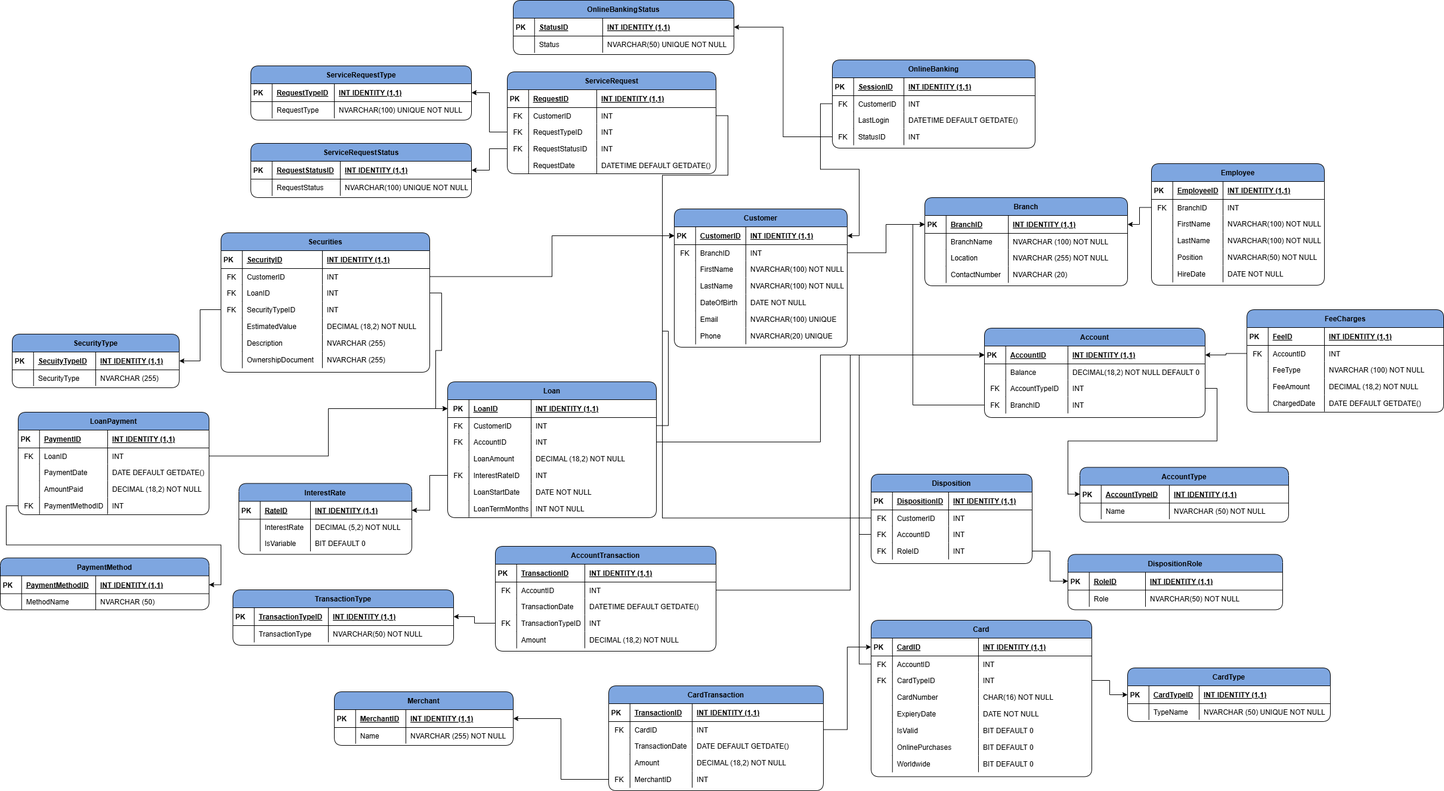
The draw.io diagram LogicalERD.png in Battl3Junk1e/Bank-Database-Case, before a commit. Source tidied: cells renumbered, new cells last; positions are measured from the earlier drawing's top-left corner, leaving out a move shared by most shapes.
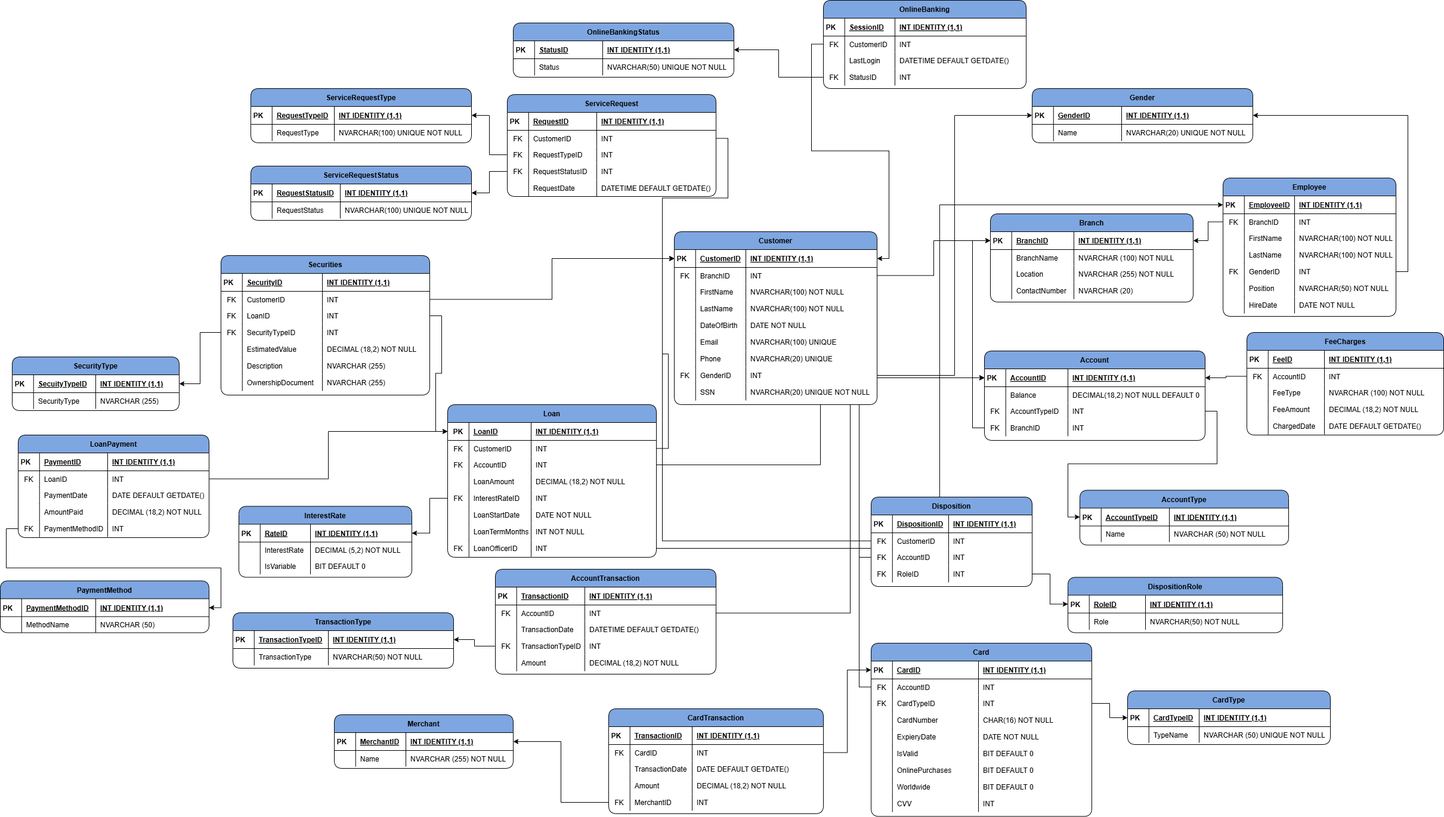
After the change.

The edit, as a diff of the source:
```diff
@@ -4,2 +4,17 @@
     <mxCell id="1" parent="0" />
+    <mxCell id="450" style="edgeStyle=orthogonalEdgeStyle;rounded=0;jettySize=auto;html=1;exitX=1;exitY=0.5;exitDx=0;exitDy=0;" parent="1" edge="1" source="460" target="5">
+      <mxGeometry relative="1" as="geometry" />
+    </mxCell>
+    <mxCell id="451" style="edgeStyle=orthogonalEdgeStyle;rounded=0;jettySize=auto;html=1;exitX=1;exitY=0.5;exitDx=0;exitDy=0;" parent="1" edge="1" source="464" target="473">
+      <mxGeometry relative="1" as="geometry" />
+    </mxCell>
+    <mxCell id="383" style="edgeStyle=orthogonalEdgeStyle;rounded=0;jettySize=auto;html=1;exitX=0;exitY=0.5;exitDx=0;exitDy=0;" parent="1" edge="1" source="64" target="73">
+      <mxGeometry relative="1" as="geometry" />
+    </mxCell>
+    <mxCell id="384" style="edgeStyle=orthogonalEdgeStyle;rounded=0;jettySize=auto;html=1;exitX=0;exitY=0.5;exitDx=0;exitDy=0;" parent="1" edge="1" source="124" target="73">
+      <mxGeometry relative="1" as="geometry" />
+    </mxCell>
+    <mxCell id="399" style="edgeStyle=orthogonalEdgeStyle;rounded=0;jettySize=auto;html=1;exitX=1;exitY=0.5;exitDx=0;exitDy=0;" parent="1" edge="1" source="207" target="73">
+      <mxGeometry relative="1" as="geometry" />
+    </mxCell>
     <mxCell id="2" style="edgeStyle=orthogonalEdgeStyle;rounded=0;jettySize=auto;html=1;exitX=1;exitY=0.5;exitDx=0;exitDy=0;" parent="1" edge="1" source="182" target="73">
@@ -11,3 +26,3 @@
     <mxCell id="4" value="Employee" style="shape=table;startSize=30;rowLines=0;fontStyle=1;align=center;swimlaneFillColor=default;rounded=1;fillColor=light-dark(#7EA6E0,var(--ge-dark-color, #121212));" parent="1" vertex="1">
-      <mxGeometry x="1930" y="274" width="290" height="204" as="geometry" />
+      <mxGeometry x="2050" y="260" width="290" height="232" as="geometry" />
     </mxCell>
@@ -61,4 +76,16 @@
     </mxCell>
+    <mxCell id="452" style="shape=partialRectangle;fillColor=none;points=[[0,0.5],[1,0.5]];portConstraint=eastwest;top=0;left=0;right=0;bottom=0;rounded=1;" parent="4" vertex="1">
+      <mxGeometry y="143" width="290" height="28" as="geometry" />
+    </mxCell>
+    <mxCell id="453" value="FK" style="shape=partialRectangle;overflow=hidden;fillColor=none;top=0;left=0;bottom=0;right=0;rounded=1;" parent="452" vertex="1">
+      <mxGeometry width="35.8" height="28" as="geometry" />
+    </mxCell>
+    <mxCell id="454" value="GenderID" style="shape=partialRectangle;overflow=hidden;fillColor=none;top=0;left=0;bottom=0;right=0;align=left;spacingLeft=6;rounded=1;" parent="452" vertex="1">
+      <mxGeometry x="35.8" width="84.2" height="28" as="geometry" />
+    </mxCell>
+    <mxCell id="455" value="INT" style="shape=partialRectangle;overflow=hidden;fillColor=none;top=0;left=0;bottom=0;right=0;align=left;spacingLeft=6;rounded=1;" parent="452" vertex="1">
+      <mxGeometry x="120" width="170" height="28" as="geometry" />
+    </mxCell>
     <mxCell id="21" style="shape=partialRectangle;fillColor=none;top=0;left=0;right=0;bottom=0;rounded=1;" parent="4" vertex="1">
-      <mxGeometry y="143" width="290" height="28" as="geometry" />
+      <mxGeometry y="171" width="290" height="28" as="geometry" />
     </mxCell>
@@ -74,3 +101,3 @@
     <mxCell id="25" style="shape=partialRectangle;fillColor=none;top=0;left=0;right=0;bottom=0;rounded=1;" parent="4" vertex="1">
-      <mxGeometry y="171" width="290" height="28" as="geometry" />
+      <mxGeometry y="199" width="290" height="28" as="geometry" />
     </mxCell>
@@ -86,3 +113,3 @@
     <mxCell id="29" value="Branch" style="shape=table;startSize=30;rowLines=0;fontStyle=1;align=center;swimlaneFillColor=default;rounded=1;fillColor=light-dark(#7EA6E0,var(--ge-dark-color, #121212));" parent="1" vertex="1">
-      <mxGeometry x="1550" y="331" width="340" height="148" as="geometry" />
+      <mxGeometry x="1660" y="320" width="340" height="148" as="geometry" />
     </mxCell>
@@ -356,3 +383,3 @@
     <mxCell id="119" value="Card" style="shape=table;startSize=30;rowLines=0;fontStyle=1;align=center;swimlaneFillColor=default;rounded=1;fillColor=light-dark(#7EA6E0,var(--ge-dark-color, #121212));" parent="1" vertex="1">
-      <mxGeometry x="1460" y="1040" width="370" height="262.5" as="geometry" />
+      <mxGeometry x="1460" y="1040" width="370" height="290.5" as="geometry" />
     </mxCell>
@@ -454,2 +481,14 @@
     </mxCell>
+    <mxCell id="456" style="shape=partialRectangle;fillColor=none;top=0;left=0;right=0;bottom=0;rounded=1;" parent="119" vertex="1">
+      <mxGeometry y="255" width="370" height="28" as="geometry" />
+    </mxCell>
+    <mxCell id="457" style="shape=partialRectangle;overflow=hidden;fillColor=none;top=0;left=0;bottom=0;right=0;rounded=1;" parent="456" vertex="1">
+      <mxGeometry width="35.8" height="28" as="geometry" />
+    </mxCell>
+    <mxCell id="458" value="CVV" style="shape=partialRectangle;overflow=hidden;fillColor=none;top=0;left=0;bottom=0;right=0;align=left;spacingLeft=6;rounded=1;" parent="456" vertex="1">
+      <mxGeometry x="35.8" width="144.2" height="28" as="geometry" />
+    </mxCell>
+    <mxCell id="459" value="INT" style="shape=partialRectangle;overflow=hidden;fillColor=none;top=0;left=0;bottom=0;right=0;align=left;spacingLeft=6;rounded=1;" parent="456" vertex="1">
+      <mxGeometry x="180" width="190" height="28" as="geometry" />
+    </mxCell>
     <mxCell id="152" value="LoanPayment" style="shape=table;startSize=30;rowLines=0;fontStyle=1;align=center;swimlaneFillColor=default;rounded=1;fillColor=light-dark(#7EA6E0,var(--ge-dark-color, #121212));" parent="1" vertex="1">
@@ -518,3 +557,3 @@
     <mxCell id="173" value="Loan" style="shape=table;startSize=30;rowLines=0;fontStyle=1;align=center;swimlaneFillColor=default;rounded=1;fillColor=light-dark(#7EA6E0,var(--ge-dark-color, #121212));" parent="1" vertex="1">
-      <mxGeometry x="750" y="640" width="350" height="228" as="geometry" />
+      <mxGeometry x="750" y="640" width="350" height="256" as="geometry" />
     </mxCell>
@@ -604,2 +643,14 @@
     </mxCell>
+    <mxCell id="460" style="shape=partialRectangle;fillColor=none;points=[[0,0.5],[1,0.5]];portConstraint=eastwest;top=0;left=0;right=0;bottom=0;rounded=1;" parent="173" vertex="1">
+      <mxGeometry y="227" width="350" height="28" as="geometry" />
+    </mxCell>
+    <mxCell id="461" value="FK" style="shape=partialRectangle;overflow=hidden;fillColor=none;top=0;left=0;bottom=0;right=0;rounded=1;" parent="460" vertex="1">
+      <mxGeometry width="35.8" height="28" as="geometry" />
+    </mxCell>
+    <mxCell id="462" value="LoanOfficerID" style="shape=partialRectangle;overflow=hidden;fillColor=none;top=0;left=0;bottom=0;right=0;align=left;spacingLeft=6;rounded=1;" parent="460" vertex="1">
+      <mxGeometry x="35.8" width="104.2" height="28" as="geometry" />
+    </mxCell>
+    <mxCell id="463" value="INT" style="shape=partialRectangle;overflow=hidden;fillColor=none;top=0;left=0;bottom=0;right=0;align=left;spacingLeft=6;rounded=1;" parent="460" vertex="1">
+      <mxGeometry x="140" width="210" height="28" as="geometry" />
+    </mxCell>
     <mxCell id="202" value="AccountTransaction" style="shape=table;startSize=30;rowLines=0;fontStyle=1;align=center;swimlaneFillColor=default;rounded=1;fillColor=light-dark(#7EA6E0,var(--ge-dark-color, #121212));" parent="1" vertex="1">
@@ -833,6 +884,6 @@
     <mxCell id="278" value="Customer" style="shape=table;startSize=30;rowLines=0;fontStyle=1;align=center;swimlaneFillColor=default;rounded=1;fillColor=light-dark(#7EA6E0,var(--ge-dark-color, #121212));" parent="1" vertex="1">
-      <mxGeometry x="1130" y="350" width="290" height="232" as="geometry" />
+      <mxGeometry x="1130" y="350" width="340" height="290" as="geometry" />
     </mxCell>
     <mxCell id="279" style="shape=partialRectangle;fillColor=none;points=[[0,0.5],[1,0.5]];portConstraint=eastwest;top=0;left=0;right=0;bottom=1;rounded=1;" parent="278" vertex="1">
-      <mxGeometry y="30" width="290" height="30" as="geometry" />
+      <mxGeometry y="30" width="340" height="30" as="geometry" />
     </mxCell>
@@ -845,6 +896,6 @@
     <mxCell id="282" value="INT IDENTITY (1,1)" style="shape=partialRectangle;overflow=hidden;fillColor=none;top=0;left=0;bottom=0;right=0;align=left;spacingLeft=6;fontStyle=5;rounded=1;" parent="279" vertex="1">
-      <mxGeometry x="120" width="170" height="30" as="geometry" />
+      <mxGeometry x="120" width="220" height="30" as="geometry" />
     </mxCell>
     <mxCell id="283" style="shape=partialRectangle;fillColor=none;points=[[0,0.5],[1,0.5]];portConstraint=eastwest;top=0;left=0;right=0;bottom=0;rounded=1;" parent="278" vertex="1">
-      <mxGeometry y="60" width="290" height="27" as="geometry" />
+      <mxGeometry y="60" width="340" height="27" as="geometry" />
     </mxCell>
@@ -857,6 +908,6 @@
     <mxCell id="286" value="INT" style="shape=partialRectangle;overflow=hidden;fillColor=none;top=0;left=0;bottom=0;right=0;align=left;spacingLeft=6;rounded=1;" parent="283" vertex="1">
-      <mxGeometry x="120" width="170" height="27" as="geometry" />
+      <mxGeometry x="120" width="220" height="27" as="geometry" />
     </mxCell>
     <mxCell id="287" style="shape=partialRectangle;fillColor=none;top=0;left=0;right=0;bottom=0;rounded=1;" parent="278" vertex="1">
-      <mxGeometry y="87" width="290" height="28" as="geometry" />
+      <mxGeometry y="87" width="340" height="28" as="geometry" />
     </mxCell>
@@ -869,6 +920,6 @@
     <mxCell id="290" value="NVARCHAR(100) NOT NULL" style="shape=partialRectangle;overflow=hidden;fillColor=none;top=0;left=0;bottom=0;right=0;align=left;spacingLeft=6;rounded=1;" parent="287" vertex="1">
-      <mxGeometry x="120" width="170" height="28" as="geometry" />
+      <mxGeometry x="120" width="220" height="28" as="geometry" />
     </mxCell>
     <mxCell id="291" style="shape=partialRectangle;fillColor=none;top=0;left=0;right=0;bottom=0;rounded=1;" parent="278" vertex="1">
-      <mxGeometry y="115" width="290" height="28" as="geometry" />
+      <mxGeometry y="115" width="340" height="28" as="geometry" />
     </mxCell>
@@ -881,6 +932,6 @@
     <mxCell id="294" value="NVARCHAR(100) NOT NULL" style="shape=partialRectangle;overflow=hidden;fillColor=none;top=0;left=0;bottom=0;right=0;align=left;spacingLeft=6;rounded=1;" parent="291" vertex="1">
-      <mxGeometry x="120" width="170" height="28" as="geometry" />
+      <mxGeometry x="120" width="220" height="28" as="geometry" />
     </mxCell>
     <mxCell id="295" style="shape=partialRectangle;fillColor=none;top=0;left=0;right=0;bottom=0;rounded=1;" parent="278" vertex="1">
-      <mxGeometry y="143" width="290" height="28" as="geometry" />
+      <mxGeometry y="143" width="340" height="28" as="geometry" />
     </mxCell>
@@ -893,6 +944,6 @@
     <mxCell id="298" value="DATE NOT NULL" style="shape=partialRectangle;overflow=hidden;fillColor=none;top=0;left=0;bottom=0;right=0;align=left;spacingLeft=6;rounded=1;" parent="295" vertex="1">
-      <mxGeometry x="120" width="170" height="28" as="geometry" />
+      <mxGeometry x="120" width="220" height="28" as="geometry" />
     </mxCell>
     <mxCell id="299" style="shape=partialRectangle;fillColor=none;top=0;left=0;right=0;bottom=0;rounded=1;" parent="278" vertex="1">
-      <mxGeometry y="171" width="290" height="28" as="geometry" />
+      <mxGeometry y="171" width="340" height="28" as="geometry" />
     </mxCell>
@@ -905,6 +956,6 @@
     <mxCell id="302" value="NVARCHAR(100) UNIQUE" style="shape=partialRectangle;overflow=hidden;fillColor=none;top=0;left=0;bottom=0;right=0;align=left;spacingLeft=6;rounded=1;" parent="299" vertex="1">
-      <mxGeometry x="120" width="170" height="28" as="geometry" />
+      <mxGeometry x="120" width="220" height="28" as="geometry" />
     </mxCell>
     <mxCell id="303" style="shape=partialRectangle;fillColor=none;top=0;left=0;right=0;bottom=0;rounded=1;" parent="278" vertex="1">
-      <mxGeometry y="199" width="290" height="28" as="geometry" />
+      <mxGeometry y="199" width="340" height="28" as="geometry" />
     </mxCell>
@@ -917,6 +968,30 @@
     <mxCell id="306" value="NVARCHAR(20) UNIQUE" style="shape=partialRectangle;overflow=hidden;fillColor=none;top=0;left=0;bottom=0;right=0;align=left;spacingLeft=6;rounded=1;" parent="303" vertex="1">
-      <mxGeometry x="120" width="170" height="28" as="geometry" />
+      <mxGeometry x="120" width="220" height="28" as="geometry" />
     </mxCell>
+    <mxCell id="464" style="shape=partialRectangle;fillColor=none;points=[[0,0.5],[1,0.5]];portConstraint=eastwest;top=0;left=0;right=0;bottom=0;rounded=1;" parent="278" vertex="1">
+      <mxGeometry y="227" width="340" height="28" as="geometry" />
+    </mxCell>
+    <mxCell id="465" value="FK" style="shape=partialRectangle;overflow=hidden;fillColor=none;top=0;left=0;bottom=0;right=0;rounded=1;" parent="464" vertex="1">
+      <mxGeometry width="35.8" height="28" as="geometry" />
+    </mxCell>
+    <mxCell id="466" value="GenderID" style="shape=partialRectangle;overflow=hidden;fillColor=none;top=0;left=0;bottom=0;right=0;align=left;spacingLeft=6;rounded=1;" parent="464" vertex="1">
+      <mxGeometry x="35.8" width="84.2" height="28" as="geometry" />
+    </mxCell>
+    <mxCell id="467" value="INT" style="shape=partialRectangle;overflow=hidden;fillColor=none;top=0;left=0;bottom=0;right=0;align=left;spacingLeft=6;rounded=1;" parent="464" vertex="1">
+      <mxGeometry x="120" width="220" height="28" as="geometry" />
+    </mxCell>
+    <mxCell id="468" style="shape=partialRectangle;fillColor=none;top=0;left=0;right=0;bottom=0;rounded=1;" parent="278" vertex="1">
+      <mxGeometry y="255" width="340" height="28" as="geometry" />
+    </mxCell>
+    <mxCell id="469" style="shape=partialRectangle;overflow=hidden;fillColor=none;top=0;left=0;bottom=0;right=0;rounded=1;" parent="468" vertex="1">
+      <mxGeometry width="35.8" height="28" as="geometry" />
+    </mxCell>
+    <mxCell id="470" value="SSN" style="shape=partialRectangle;overflow=hidden;fillColor=none;top=0;left=0;bottom=0;right=0;align=left;spacingLeft=6;rounded=1;" parent="468" vertex="1">
+      <mxGeometry x="35.8" width="84.2" height="28" as="geometry" />
+    </mxCell>
+    <mxCell id="471" value="NVARCHAR(20) UNIQUE NOT NULL" style="shape=partialRectangle;overflow=hidden;fillColor=none;top=0;left=0;bottom=0;right=0;align=left;spacingLeft=6;rounded=1;" parent="468" vertex="1">
+      <mxGeometry x="120" width="220" height="28" as="geometry" />
+    </mxCell>
     <mxCell id="307" value="OnlineBanking" style="shape=table;startSize=30;rowLines=0;fontStyle=1;align=center;swimlaneFillColor=default;rounded=1;fillColor=light-dark(#7EA6E0,var(--ge-dark-color, #121212));" parent="1" vertex="1">
-      <mxGeometry x="1395" y="100" width="340" height="148" as="geometry" />
+      <mxGeometry x="1380" y="-38" width="340" height="148" as="geometry" />
     </mxCell>
@@ -1147,8 +1222,2 @@
     </mxCell>
-    <mxCell id="383" style="edgeStyle=orthogonalEdgeStyle;rounded=0;jettySize=auto;html=1;exitX=0;exitY=0.5;exitDx=0;exitDy=0;" parent="1" edge="1" source="64" target="73">
-      <mxGeometry relative="1" as="geometry" />
-    </mxCell>
-    <mxCell id="384" style="edgeStyle=orthogonalEdgeStyle;rounded=0;jettySize=auto;html=1;exitX=0;exitY=0.5;exitDx=0;exitDy=0;" parent="1" edge="1" source="124" target="73">
-      <mxGeometry relative="1" as="geometry" />
-    </mxCell>
     <mxCell id="385" style="edgeStyle=orthogonalEdgeStyle;rounded=0;jettySize=auto;html=1;exitX=1;exitY=0.5;exitDx=0;exitDy=0;" parent="1" edge="1" source="103" target="120">
@@ -1195,5 +1264,2 @@
     </mxCell>
-    <mxCell id="399" style="edgeStyle=orthogonalEdgeStyle;rounded=0;jettySize=auto;html=1;exitX=1;exitY=0.5;exitDx=0;exitDy=0;" parent="1" edge="1" source="207" target="73">
-      <mxGeometry relative="1" as="geometry" />
-    </mxCell>
     <mxCell id="400" style="edgeStyle=orthogonalEdgeStyle;rounded=0;jettySize=auto;html=1;exitX=0;exitY=0.5;exitDx=0;exitDy=0;" parent="1" edge="1" source="215" target="391">
@@ -1348,2 +1414,32 @@
     </mxCell>
+    <mxCell id="472" value="Gender" style="shape=table;startSize=30;rowLines=0;fontStyle=1;align=center;swimlaneFillColor=default;rounded=1;fillColor=light-dark(#7EA6E0,var(--ge-dark-color, #121212));" parent="1" vertex="1">
+      <mxGeometry x="1730" y="110" width="370" height="91" as="geometry" />
+    </mxCell>
+    <mxCell id="473" style="shape=partialRectangle;fillColor=none;points=[[0,0.5],[1,0.5]];portConstraint=eastwest;top=0;left=0;right=0;bottom=1;rounded=1;" parent="472" vertex="1">
+      <mxGeometry y="30" width="370" height="30" as="geometry" />
+    </mxCell>
+    <mxCell id="474" value="PK   " style="shape=partialRectangle;overflow=hidden;fillColor=none;top=0;left=0;bottom=0;right=0;fontStyle=1;rounded=1;" parent="473" vertex="1">
+      <mxGeometry width="35.8" height="30" as="geometry" />
+    </mxCell>
+    <mxCell id="475" value="GenderID" style="shape=partialRectangle;overflow=hidden;fillColor=none;top=0;left=0;bottom=0;right=0;align=left;spacingLeft=6;fontStyle=5;rounded=1;" parent="473" vertex="1">
+      <mxGeometry x="35.8" width="114.2" height="30" as="geometry" />
+    </mxCell>
+    <mxCell id="476" value="INT IDENTITY (1,1)" style="shape=partialRectangle;overflow=hidden;fillColor=none;top=0;left=0;bottom=0;right=0;align=left;spacingLeft=6;fontStyle=5;rounded=1;" parent="473" vertex="1">
+      <mxGeometry x="150" width="220" height="30" as="geometry" />
+    </mxCell>
+    <mxCell id="477" style="shape=partialRectangle;fillColor=none;top=0;left=0;right=0;bottom=0;rounded=1;" parent="472" vertex="1">
+      <mxGeometry y="60" width="370" height="28" as="geometry" />
+    </mxCell>
+    <mxCell id="478" style="shape=partialRectangle;overflow=hidden;fillColor=none;top=0;left=0;bottom=0;right=0;rounded=1;" parent="477" vertex="1">
+      <mxGeometry width="35.8" height="28" as="geometry" />
+    </mxCell>
+    <mxCell id="479" value="Name" style="shape=partialRectangle;overflow=hidden;fillColor=none;top=0;left=0;bottom=0;right=0;align=left;spacingLeft=6;rounded=1;" parent="477" vertex="1">
+      <mxGeometry x="35.8" width="114.2" height="28" as="geometry" />
+    </mxCell>
+    <mxCell id="480" value="NVARCHAR(20) UNIQUE NOT NULL" style="shape=partialRectangle;overflow=hidden;fillColor=none;top=0;left=0;bottom=0;right=0;align=left;spacingLeft=6;rounded=1;" parent="477" vertex="1">
+      <mxGeometry x="150" width="220" height="28" as="geometry" />
+    </mxCell>
+    <mxCell id="481" style="edgeStyle=orthogonalEdgeStyle;rounded=0;jettySize=auto;html=1;exitX=1;exitY=0.5;exitDx=0;exitDy=0;" parent="1" edge="1" source="452" target="473">
+      <mxGeometry relative="1" as="geometry" />
+    </mxCell>
   </root>
```
